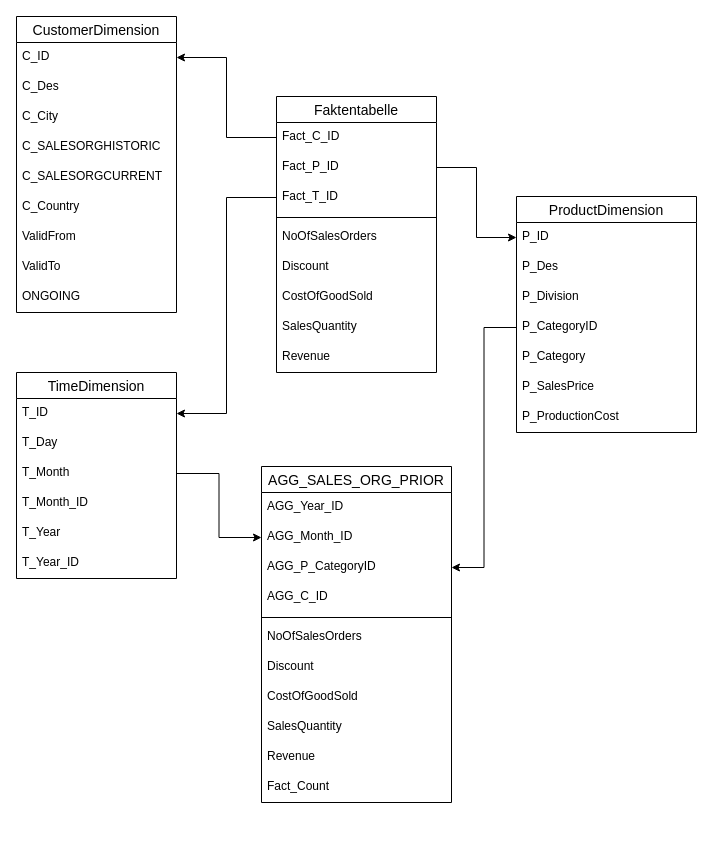
dvdkwei/mondrian-dirt-bikes keeps this draw.io diagram as star-schema-dirtsbike.drawio. Above is the earlier version. Source tidied: cells renumbered, new cells numbered last; positions are measured from the earlier drawing's top-left corner, leaving out a move shared by most shapes. Both pictures are drawn from the tidied source at 100%, with x=0, y=0 at pixel (16, 16).
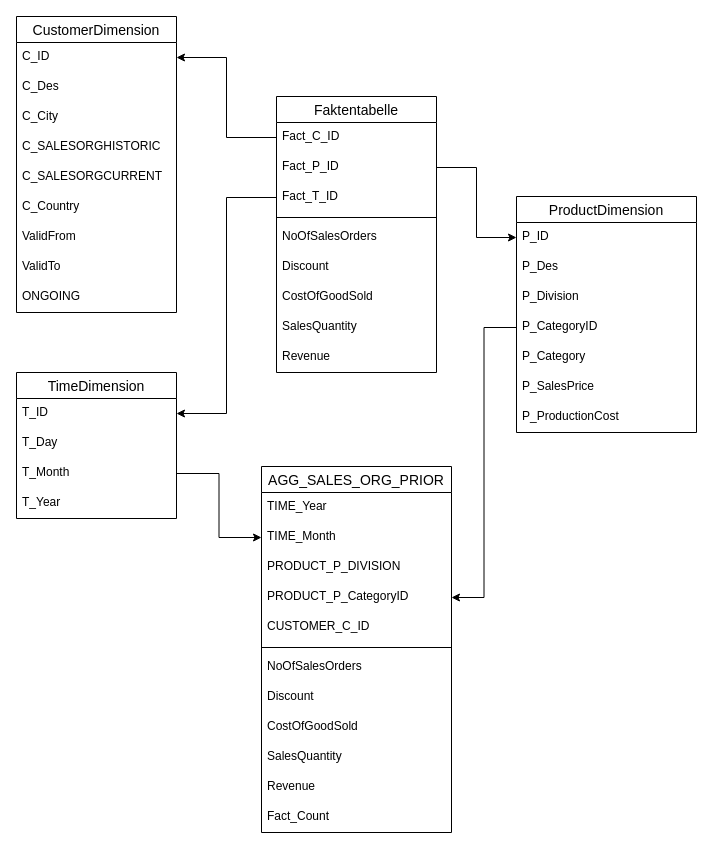
The same diagram, later.

Change to the diagram source:
```diff
@@
     <mxCell id="12" value="TimeDimension" style="swimlane;fontStyle=0;horizontal=1;startSize=26;align=center;fontSize=14;" parent="1" vertex="1">
-      <mxGeometry y="356" width="160" height="206" as="geometry" />
+      <mxGeometry y="356" width="160" height="146" as="geometry" />
     </mxCell>
@@
-    <mxCell id="16" value="T_Month_ID" style="text;strokeColor=none;fillColor=none;spacingLeft=4;spacingRight=4;overflow=hidden;fontSize=12;" parent="12" vertex="1">
-      <mxGeometry y="116" width="160" height="30" as="geometry" />
-    </mxCell>
     <mxCell id="17" value="T_Year" style="text;strokeColor=none;fillColor=none;spacingLeft=4;spacingRight=4;overflow=hidden;fontSize=12;" parent="12" vertex="1">
-      <mxGeometry y="146" width="160" height="30" as="geometry" />
+      <mxGeometry y="116" width="160" height="30" as="geometry" />
     </mxCell>
-    <mxCell id="18" value="T_Year_ID" style="text;strokeColor=none;fillColor=none;spacingLeft=4;spacingRight=4;overflow=hidden;fontSize=12;" parent="12" vertex="1">
-      <mxGeometry y="176" width="160" height="30" as="geometry" />
-    </mxCell>
@@
     <mxCell id="37" value="AGG_SALES_ORG_PRIOR" style="swimlane;fontStyle=0;horizontal=1;startSize=26;align=center;fontSize=14;" parent="1" vertex="1">
-      <mxGeometry x="245" y="450" width="190" height="336" as="geometry" />
+      <mxGeometry x="245" y="450" width="190" height="366" as="geometry" />
     </mxCell>
-    <mxCell id="38" value="AGG_Year_ID" style="text;strokeColor=none;fillColor=none;spacingLeft=4;spacingRight=4;overflow=hidden;fontSize=12;" parent="37" vertex="1">
+    <mxCell id="38" value="TIME_Year" style="text;strokeColor=none;fillColor=none;spacingLeft=4;spacingRight=4;overflow=hidden;fontSize=12;" parent="37" vertex="1">
       <mxGeometry y="26" width="190" height="30" as="geometry" />
     </mxCell>
-    <mxCell id="39" value="AGG_Month_ID" style="text;strokeColor=none;fillColor=none;spacingLeft=4;spacingRight=4;overflow=hidden;points=[[0,0.5],[1,0.5]];portConstraint=eastwest;fontSize=12;" parent="37" vertex="1">
+    <mxCell id="39" value="TIME_Month" style="text;strokeColor=none;fillColor=none;spacingLeft=4;spacingRight=4;overflow=hidden;points=[[0,0.5],[1,0.5]];portConstraint=eastwest;fontSize=12;" parent="37" vertex="1">
       <mxGeometry y="56" width="190" height="30" as="geometry" />
     </mxCell>
+    <mxCell id="54" value="PRODUCT_P_DIVISION" style="text;strokeColor=none;fillColor=none;spacingLeft=4;spacingRight=4;overflow=hidden;fontSize=12;" parent="37" vertex="1">
+      <mxGeometry y="86" width="190" height="30" as="geometry" />
+    </mxCell>
-    <mxCell id="40" value="AGG_P_CategoryID" style="text;strokeColor=none;fillColor=none;spacingLeft=4;spacingRight=4;overflow=hidden;points=[[0,0.5],[1,0.5]];portConstraint=eastwest;fontSize=12;" parent="37" vertex="1">
-      <mxGeometry y="86" width="190" height="30" as="geometry" />
+    <mxCell id="40" value="PRODUCT_P_CategoryID" style="text;strokeColor=none;fillColor=none;spacingLeft=4;spacingRight=4;overflow=hidden;points=[[0,0.5],[1,0.5]];portConstraint=eastwest;fontSize=12;" parent="37" vertex="1">
+      <mxGeometry y="116" width="190" height="30" as="geometry" />
     </mxCell>
-    <mxCell id="41" value="AGG_C_ID" style="text;strokeColor=none;fillColor=none;spacingLeft=4;spacingRight=4;overflow=hidden;fontSize=12;" parent="37" vertex="1">
-      <mxGeometry y="116" width="190" height="30" as="geometry" />
+    <mxCell id="41" value="CUSTOMER_C_ID" style="text;strokeColor=none;fillColor=none;spacingLeft=4;spacingRight=4;overflow=hidden;fontSize=12;" parent="37" vertex="1">
+      <mxGeometry y="146" width="190" height="30" as="geometry" />
     </mxCell>
     <mxCell id="42" style="line;strokeWidth=1;dashed=0;labelPosition=right;align=left;verticalAlign=middle;spacingTop=0;spacingLeft=6;" parent="37" vertex="1">
-      <mxGeometry y="146" width="190" height="10" as="geometry" />
+      <mxGeometry y="176" width="190" height="10" as="geometry" />
     </mxCell>
     <mxCell id="43" value="NoOfSalesOrders" style="text;strokeColor=none;fillColor=none;spacingLeft=4;spacingRight=4;overflow=hidden;fontSize=12;" parent="37" vertex="1">
-      <mxGeometry y="156" width="190" height="30" as="geometry" />
+      <mxGeometry y="186" width="190" height="30" as="geometry" />
     </mxCell>
     <mxCell id="44" value="Discount" style="text;strokeColor=none;fillColor=none;spacingLeft=4;spacingRight=4;overflow=hidden;fontSize=12;" parent="37" vertex="1">
-      <mxGeometry y="186" width="190" height="30" as="geometry" />
+      <mxGeometry y="216" width="190" height="30" as="geometry" />
     </mxCell>
     <mxCell id="45" value="CostOfGoodSold" style="text;strokeColor=none;fillColor=none;spacingLeft=4;spacingRight=4;overflow=hidden;fontSize=12;" parent="37" vertex="1">
-      <mxGeometry y="216" width="190" height="30" as="geometry" />
+      <mxGeometry y="246" width="190" height="30" as="geometry" />
     </mxCell>
     <mxCell id="46" value="SalesQuantity" style="text;strokeColor=none;fillColor=none;spacingLeft=4;spacingRight=4;overflow=hidden;fontSize=12;" parent="37" vertex="1">
-      <mxGeometry y="246" width="190" height="30" as="geometry" />
+      <mxGeometry y="276" width="190" height="30" as="geometry" />
     </mxCell>
     <mxCell id="47" value="Revenue" style="text;strokeColor=none;fillColor=none;spacingLeft=4;spacingRight=4;overflow=hidden;fontSize=12;" parent="37" vertex="1">
-      <mxGeometry y="276" width="190" height="30" as="geometry" />
+      <mxGeometry y="306" width="190" height="30" as="geometry" />
     </mxCell>
     <mxCell id="48" value="Fact_Count" style="text;strokeColor=none;fillColor=none;spacingLeft=4;spacingRight=4;overflow=hidden;fontSize=12;" parent="37" vertex="1">
-      <mxGeometry y="306" width="190" height="30" as="geometry" />
+      <mxGeometry y="336" width="190" height="30" as="geometry" />
     </mxCell>
```
